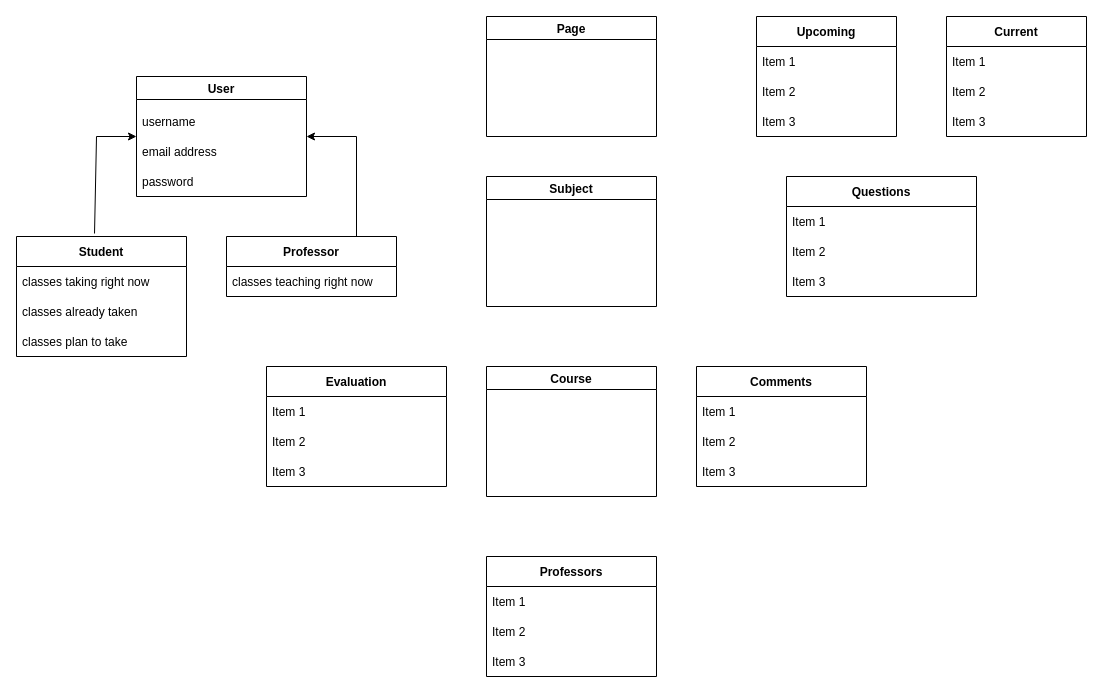
Above: Domain Model.drawio in I-Dont-Want-An-F/Project (draw.io), before the change. Source tidied: cells renumbered, new cells numbered last; positions are measured from the earlier drawing's top-left corner, leaving out a move shared by most shapes. Both pictures are drawn from the tidied source at 100%, with x=0, y=0 at pixel (16, 16).
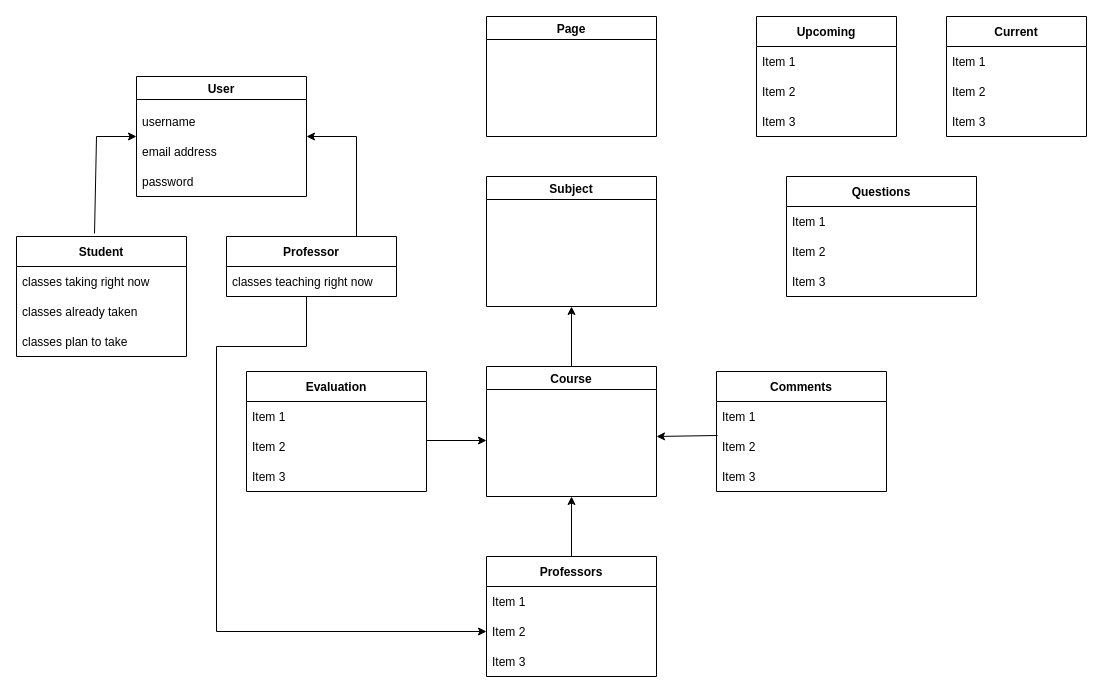
The same page after the edit.

The change refers to these unchanged cells:
```xml
<mxCell id="6" value="Professor" style="swimlane;fontStyle=1;horizontal=1;startSize=30;" parent="1" vertex="1">
  <mxGeometry x="210" y="220" width="170" height="60" as="geometry" />
</mxCell>
<mxCell id="15" value="Item 2" style="text;strokeColor=none;fillColor=none;align=left;verticalAlign=middle;spacingLeft=4;spacingRight=4;overflow=hidden;points=[[0,0.5],[1,0.5]];portConstraint=eastwest;" parent="13" vertex="1">
  <mxGeometry y="60" width="170" height="30" as="geometry" />
</mxCell>
<mxCell id="17" value="Subject" style="swimlane;startSize=23;" parent="1" vertex="1">
  <mxGeometry x="470" y="160" width="170" height="130" as="geometry" />
</mxCell>
<mxCell id="18" value="Professors" style="swimlane;fontStyle=1;horizontal=1;startSize=30;" parent="1" vertex="1">
  <mxGeometry x="470" y="540" width="170" height="120" as="geometry" />
</mxCell>
<mxCell id="20" value="Item 2" style="text;strokeColor=none;fillColor=none;align=left;verticalAlign=middle;spacingLeft=4;spacingRight=4;overflow=hidden;points=[[0,0.5],[1,0.5]];portConstraint=eastwest;" parent="18" vertex="1">
  <mxGeometry y="60" width="170" height="30" as="geometry" />
</mxCell>
<mxCell id="22" value="Course" style="swimlane;" parent="1" vertex="1">
  <mxGeometry x="470" y="350" width="170" height="130" as="geometry" />
</mxCell>
```

What changed in the source:
```diff
@@
+    <mxCell id="41" style="endArrow=classic;html=1;rounded=0;entryX=0;entryY=0.5;entryDx=0;entryDy=0;" parent="6" edge="1" target="20">
+      <mxGeometry relative="1" as="geometry">
+        <mxPoint x="80" y="60" as="sourcePoint" />
+        <Array as="points">
+          <mxPoint x="80" y="110" />
+          <mxPoint x="-10" y="110" />
+          <mxPoint x="-10" y="395" />
+        </Array>
+      </mxGeometry>
+    </mxCell>
@@
     <mxCell id="13" value="Comments" style="swimlane;fontStyle=1;horizontal=1;startSize=30;" parent="1" vertex="1">
-      <mxGeometry x="680" y="350" width="170" height="120" as="geometry" />
+      <mxGeometry x="700" y="355" width="170" height="120" as="geometry" />
     </mxCell>
@@
     <mxCell id="35" value="Evaluation" style="swimlane;fontStyle=1;horizontal=1;startSize=30;" parent="1" vertex="1">
-      <mxGeometry x="250" y="350" width="180" height="120" as="geometry" />
+      <mxGeometry x="230" y="355" width="180" height="120" as="geometry" />
     </mxCell>
@@
+    <mxCell id="42" style="endArrow=classic;html=1;rounded=0;exitX=0.5;exitY=0;exitDx=0;exitDy=0;entryX=0.5;entryY=1;entryDx=0;entryDy=0;" parent="1" edge="1" source="22" target="17">
+      <mxGeometry relative="1" as="geometry" />
+    </mxCell>
+    <mxCell id="43" style="endArrow=classic;html=1;rounded=0;exitX=0.5;exitY=0;exitDx=0;exitDy=0;entryX=0.5;entryY=1;entryDx=0;entryDy=0;" parent="1" edge="1" source="18" target="22">
+      <mxGeometry relative="1" as="geometry" />
+    </mxCell>
+    <mxCell id="44" style="endArrow=classic;html=1;rounded=0;" parent="1" edge="1">
+      <mxGeometry relative="1" as="geometry">
+        <mxPoint x="410" y="424" as="sourcePoint" />
+        <mxPoint x="470" y="424" as="targetPoint" />
+      </mxGeometry>
+    </mxCell>
+    <mxCell id="45" style="endArrow=classic;html=1;rounded=0;exitX=0.006;exitY=0.133;exitDx=0;exitDy=0;exitPerimeter=0;" parent="1" edge="1" source="15">
+      <mxGeometry relative="1" as="geometry">
+        <mxPoint x="640" y="420" as="targetPoint" />
+      </mxGeometry>
+    </mxCell>
```
